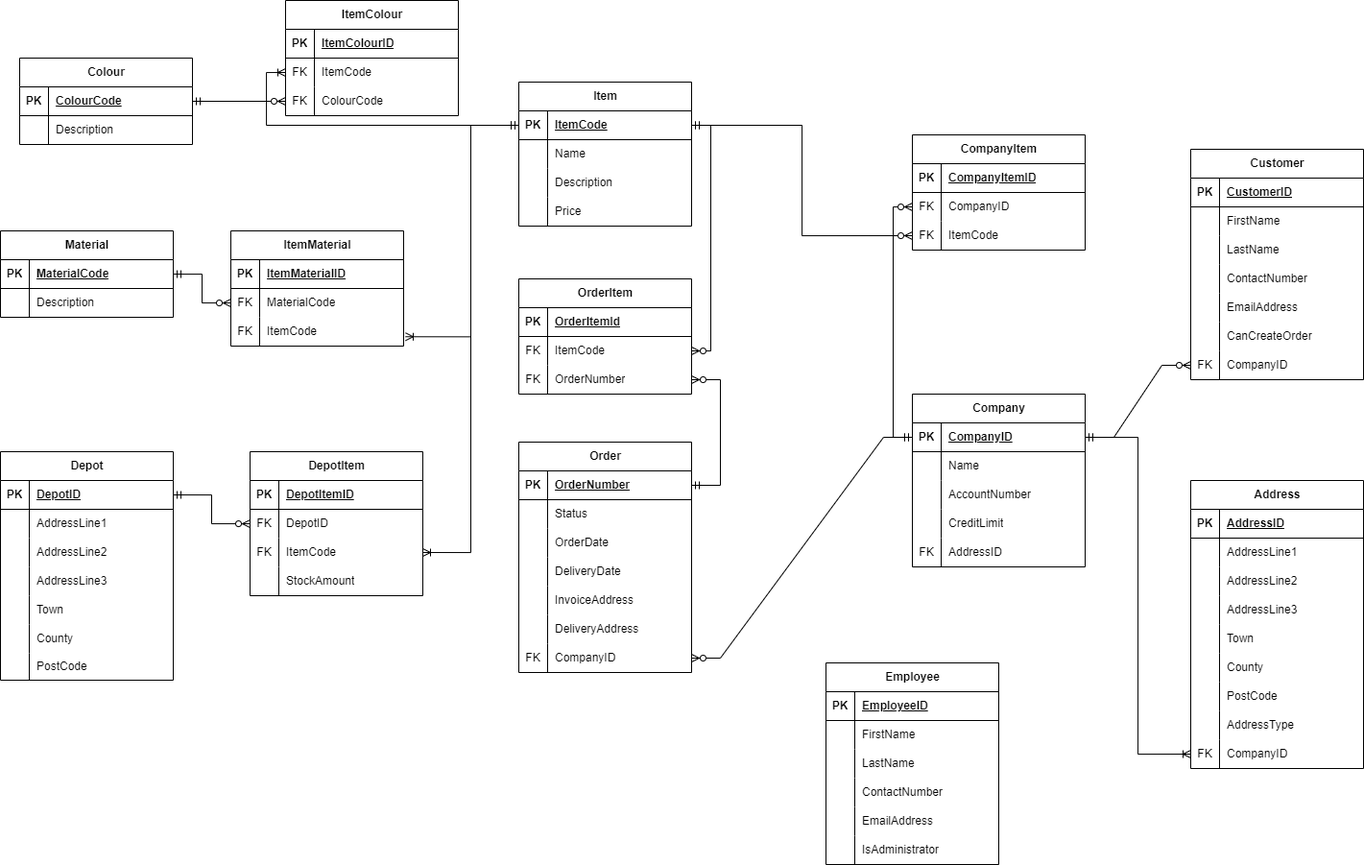
This is Data Modelling & Database Design/Assessment/Assets/many_to_many.png from jMorton95/DegreePub, a draw.io export, as it was before one commit. Source tidied: cells renumbered, new cells last; positions are measured from the earlier drawing's top-left corner, leaving out a move shared by most shapes.
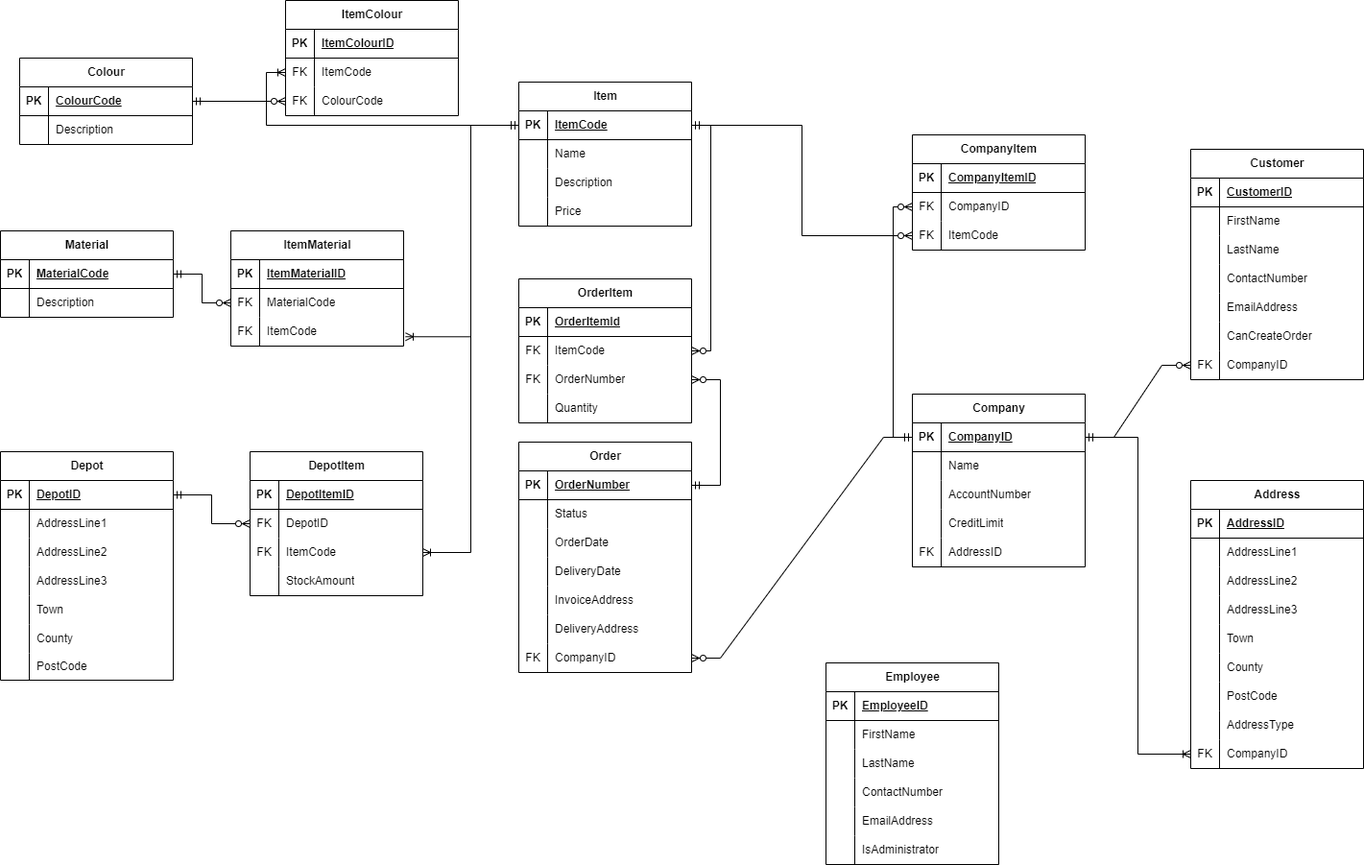
Above is the later version.

The edit, as a diff of the source:
```diff
@@ -605,7 +605,7 @@
       <mxGeometry x="30" width="150" height="30" as="geometry" />
     </mxCell>
     <mxCell id="195" value="OrderItem" style="shape=table;startSize=30;rowLines=0;fontStyle=1;align=center;html=1;" parent="1" vertex="1">
-      <mxGeometry x="540" y="290" width="180" height="120" as="geometry" />
+      <mxGeometry x="540" y="290" width="180" height="150" as="geometry" />
     </mxCell>
     <mxCell id="196" style="shape=tableRow;horizontal=0;startSize=0;swimlaneHead=0;swimlaneBody=0;fillColor=none;top=0;left=0;right=0;bottom=1;" parent="195" vertex="1">
       <mxGeometry y="30" width="180" height="30" as="geometry" />
@@ -634,6 +634,15 @@
     <mxCell id="204" value="OrderNumber" style="shape=partialRectangle;fillColor=none;top=0;left=0;bottom=0;right=0;align=left;spacingLeft=6;overflow=hidden;whiteSpace=wrap;html=1;" parent="202" vertex="1">
       <mxGeometry x="30" width="150" height="30" as="geometry" />
     </mxCell>
+    <mxCell id="224" style="shape=tableRow;horizontal=0;startSize=0;swimlaneHead=0;swimlaneBody=0;fillColor=none;top=0;left=0;right=0;bottom=0;" parent="195" vertex="1">
+      <mxGeometry y="120" width="180" height="30" as="geometry" />
+    </mxCell>
+    <mxCell id="225" style="shape=partialRectangle;fillColor=none;top=0;left=0;bottom=0;right=0;overflow=hidden;whiteSpace=wrap;html=1;" parent="224" vertex="1">
+      <mxGeometry width="30" height="30" as="geometry" />
+    </mxCell>
+    <mxCell id="226" value="Quantity" style="shape=partialRectangle;fillColor=none;top=0;left=0;bottom=0;right=0;align=left;spacingLeft=6;overflow=hidden;whiteSpace=wrap;html=1;" parent="224" vertex="1">
+      <mxGeometry x="30" width="150" height="30" as="geometry" />
+    </mxCell>
     <mxCell id="205" value="CompanyItem" style="shape=table;startSize=30;rowLines=0;fontStyle=1;align=center;html=1;" parent="1" vertex="1">
       <mxGeometry x="950" y="140" width="180" height="120" as="geometry" />
     </mxCell>
```
